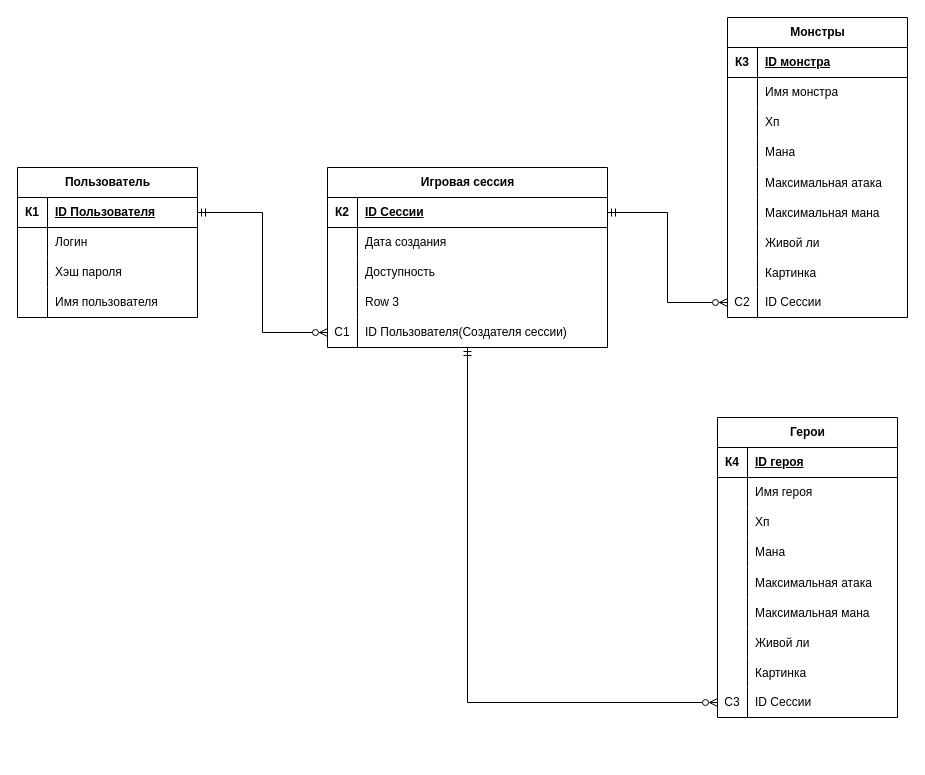
The draw.io diagram page "Страница — 2" (2 of 2) of database_diagram.drawio in 44656e6973/JavaSpringGame, before the edit. Source tidied: cells renumbered, new cells numbered last; positions are measured from the earlier drawing's top-left corner, leaving out a move shared by most shapes. Both pictures are drawn from the tidied source at 100%, with x=0, y=0 at pixel (17, 17).
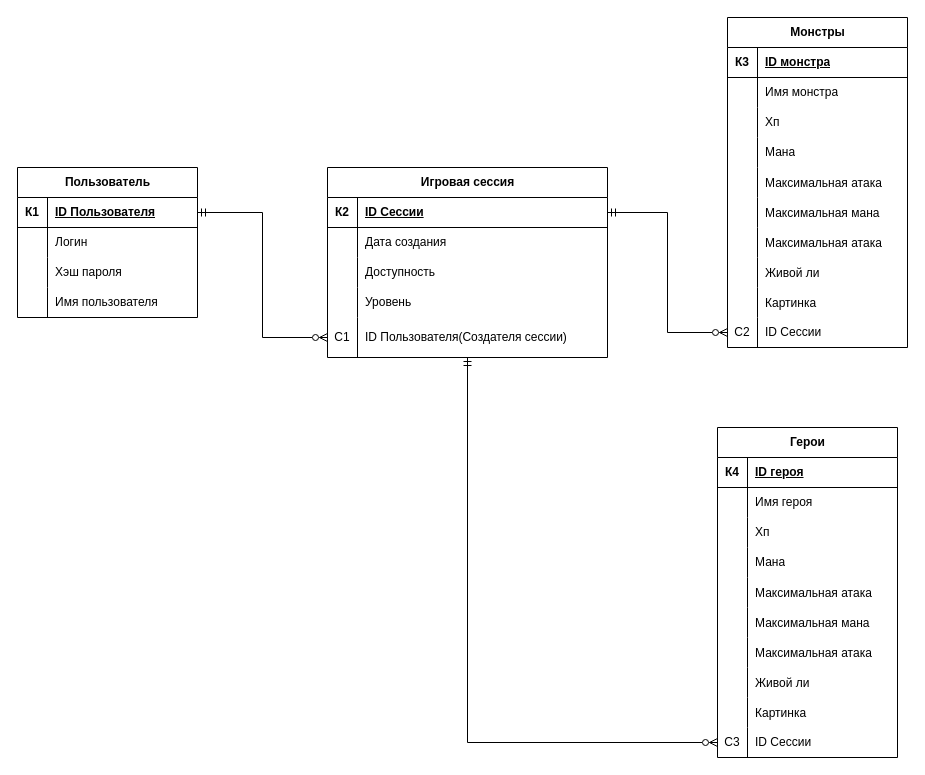
Above is the later version.

The change refers to these unchanged cells:
```xml
<mxCell id="26" style="shape=tableRow;horizontal=0;startSize=0;swimlaneHead=0;swimlaneBody=0;fillColor=none;top=0;left=0;right=0;bottom=0;" parent="16" vertex="1">
  <mxGeometry y="120" width="280" height="30" as="geometry" />
</mxCell>
```

What changed in the source:
```diff
@@
     <mxCell id="16" value="Игровая сессия" style="shape=table;startSize=30;childLayout=tableLayout;rowLines=0;fontStyle=1;align=center;html=1;" parent="1" vertex="1">
-      <mxGeometry x="310" y="150" width="280" height="180" as="geometry" />
+      <mxGeometry x="310" y="150" width="280" height="190" as="geometry" />
     </mxCell>
@@
-    <mxCell id="28" value="Row 3" style="shape=partialRectangle;fillColor=none;top=0;left=0;bottom=0;right=0;align=left;spacingLeft=6;overflow=hidden;whiteSpace=wrap;html=1;" parent="26" vertex="1">
+    <mxCell id="28" value="Уровень" style="shape=partialRectangle;fillColor=none;top=0;left=0;bottom=0;right=0;align=left;spacingLeft=6;overflow=hidden;whiteSpace=wrap;html=1;" parent="26" vertex="1">
       <mxGeometry x="30" width="250" height="30" as="geometry" />
     </mxCell>
     <mxCell id="29" style="shape=tableRow;horizontal=0;startSize=0;swimlaneHead=0;swimlaneBody=0;fillColor=none;points=[[0,0.5],[1,0.5]];portConstraint=eastwest;top=0;left=0;right=0;bottom=0;" parent="16" vertex="1">
-      <mxGeometry y="150" width="280" height="30" as="geometry" />
+      <mxGeometry y="150" width="280" height="40" as="geometry" />
     </mxCell>
     <mxCell id="30" value="С1" style="shape=partialRectangle;fillColor=none;top=0;left=0;bottom=0;right=0;fontStyle=0;overflow=hidden;whiteSpace=wrap;html=1;" parent="29" vertex="1">
-      <mxGeometry width="30" height="30" as="geometry" />
+      <mxGeometry width="30" height="40" as="geometry" />
     </mxCell>
     <mxCell id="31" value="ID Пользователя(Создателя сессии)" style="shape=partialRectangle;fillColor=none;top=0;left=0;bottom=0;right=0;align=left;spacingLeft=6;fontStyle=0;overflow=hidden;whiteSpace=wrap;html=1;" parent="29" vertex="1">
-      <mxGeometry x="30" width="250" height="30" as="geometry" />
+      <mxGeometry x="30" width="250" height="40" as="geometry" />
     </mxCell>
     <mxCell id="32" value="Монстры" style="shape=table;startSize=30;childLayout=tableLayout;rowLines=0;fontStyle=1;align=center;html=1;" parent="1" vertex="1">
-      <mxGeometry x="710" width="180" height="300" as="geometry" />
+      <mxGeometry x="710" width="180" height="330" as="geometry" />
     </mxCell>
@@
+    <mxCell id="90" style="shape=tableRow;horizontal=0;startSize=0;swimlaneHead=0;swimlaneBody=0;fillColor=none;top=0;left=0;right=0;bottom=0;" parent="32" vertex="1">
+      <mxGeometry y="210" width="180" height="30" as="geometry" />
+    </mxCell>
+    <mxCell id="91" style="shape=partialRectangle;fillColor=none;top=0;left=0;bottom=0;right=0;overflow=hidden;" parent="90" vertex="1">
+      <mxGeometry width="30" height="30" as="geometry" />
+    </mxCell>
+    <mxCell id="92" value="Максимальная атака" style="shape=partialRectangle;fillColor=none;top=0;left=0;bottom=0;right=0;align=left;spacingLeft=6;overflow=hidden;" parent="90" vertex="1">
+      <mxGeometry x="30" width="150" height="30" as="geometry" />
+    </mxCell>
     <mxCell id="51" style="shape=tableRow;horizontal=0;startSize=0;swimlaneHead=0;swimlaneBody=0;fillColor=none;top=0;left=0;right=0;bottom=0;" parent="32" vertex="1">
-      <mxGeometry y="210" width="180" height="30" as="geometry" />
+      <mxGeometry y="240" width="180" height="30" as="geometry" />
     </mxCell>
@@
     <mxCell id="54" style="shape=tableRow;horizontal=0;startSize=0;swimlaneHead=0;swimlaneBody=0;fillColor=none;top=0;left=0;right=0;bottom=0;" parent="32" vertex="1">
-      <mxGeometry y="240" width="180" height="30" as="geometry" />
+      <mxGeometry y="270" width="180" height="30" as="geometry" />
     </mxCell>
@@
     <mxCell id="57" style="shape=tableRow;horizontal=0;startSize=0;swimlaneHead=0;swimlaneBody=0;fillColor=none;points=[[0,0.5],[1,0.5]];portConstraint=eastwest;top=0;left=0;right=0;bottom=0;" parent="32" vertex="1">
-      <mxGeometry y="270" width="180" height="30" as="geometry" />
+      <mxGeometry y="300" width="180" height="30" as="geometry" />
     </mxCell>
@@
     <mxCell id="61" value="Герои" style="shape=table;startSize=30;childLayout=tableLayout;rowLines=0;fontStyle=1;align=center;html=1;" parent="1" vertex="1">
-      <mxGeometry x="700" y="400" width="180" height="300" as="geometry" />
+      <mxGeometry x="700" y="410" width="180" height="330" as="geometry" />
     </mxCell>
@@
+    <mxCell id="93" style="shape=tableRow;horizontal=0;startSize=0;swimlaneHead=0;swimlaneBody=0;fillColor=none;top=0;left=0;right=0;bottom=0;" parent="61" vertex="1">
+      <mxGeometry y="210" width="180" height="30" as="geometry" />
+    </mxCell>
+    <mxCell id="94" style="shape=partialRectangle;fillColor=none;top=0;left=0;bottom=0;right=0;overflow=hidden;" parent="93" vertex="1">
+      <mxGeometry width="30" height="30" as="geometry" />
+    </mxCell>
+    <mxCell id="95" value="Максимальная атака" style="shape=partialRectangle;fillColor=none;top=0;left=0;bottom=0;right=0;align=left;spacingLeft=6;overflow=hidden;" parent="93" vertex="1">
+      <mxGeometry x="30" width="150" height="30" as="geometry" />
+    </mxCell>
     <mxCell id="80" style="shape=tableRow;horizontal=0;startSize=0;swimlaneHead=0;swimlaneBody=0;fillColor=none;top=0;left=0;right=0;bottom=0;" parent="61" vertex="1">
-      <mxGeometry y="210" width="180" height="30" as="geometry" />
+      <mxGeometry y="240" width="180" height="30" as="geometry" />
     </mxCell>
@@
     <mxCell id="83" style="shape=tableRow;horizontal=0;startSize=0;swimlaneHead=0;swimlaneBody=0;fillColor=none;top=0;left=0;right=0;bottom=0;" parent="61" vertex="1">
-      <mxGeometry y="240" width="180" height="30" as="geometry" />
+      <mxGeometry y="270" width="180" height="30" as="geometry" />
     </mxCell>
@@
     <mxCell id="86" style="shape=tableRow;horizontal=0;startSize=0;swimlaneHead=0;swimlaneBody=0;fillColor=none;points=[[0,0.5],[1,0.5]];portConstraint=eastwest;top=0;left=0;right=0;bottom=0;" parent="61" vertex="1">
-      <mxGeometry y="270" width="180" height="30" as="geometry" />
+      <mxGeometry y="300" width="180" height="30" as="geometry" />
     </mxCell>
```
